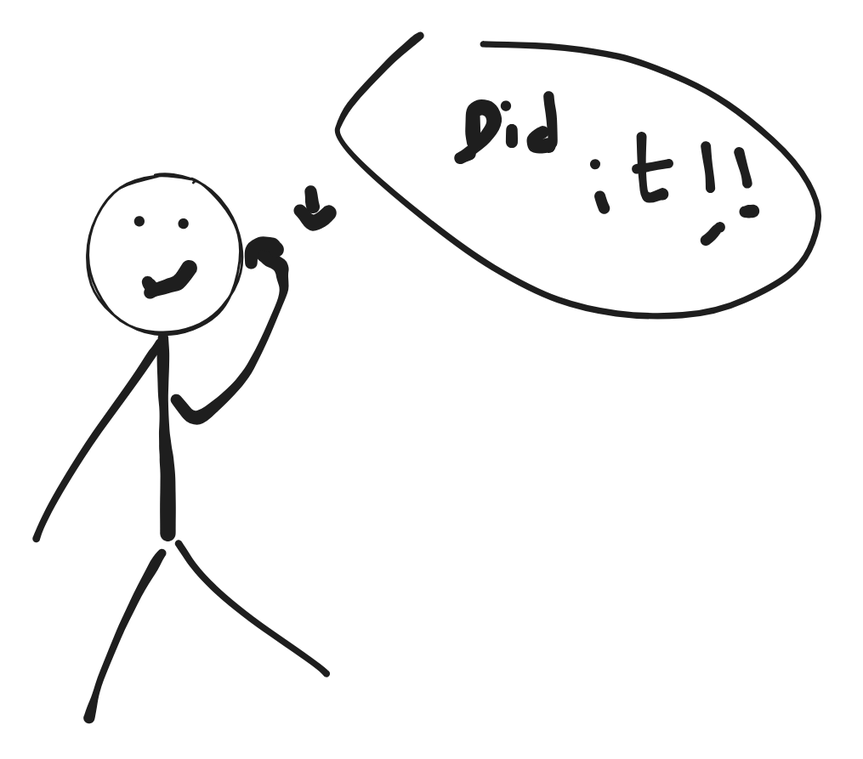
Earlier version of the Excalidraw export .gitbook/assets/file.excalidraw (2).svg (Takezo49/LostBoi-Docs). Source tidied: one line per element, renumbered; positions are measured from the earlier drawing's top-left corner, leaving out a move shared by most shapes.
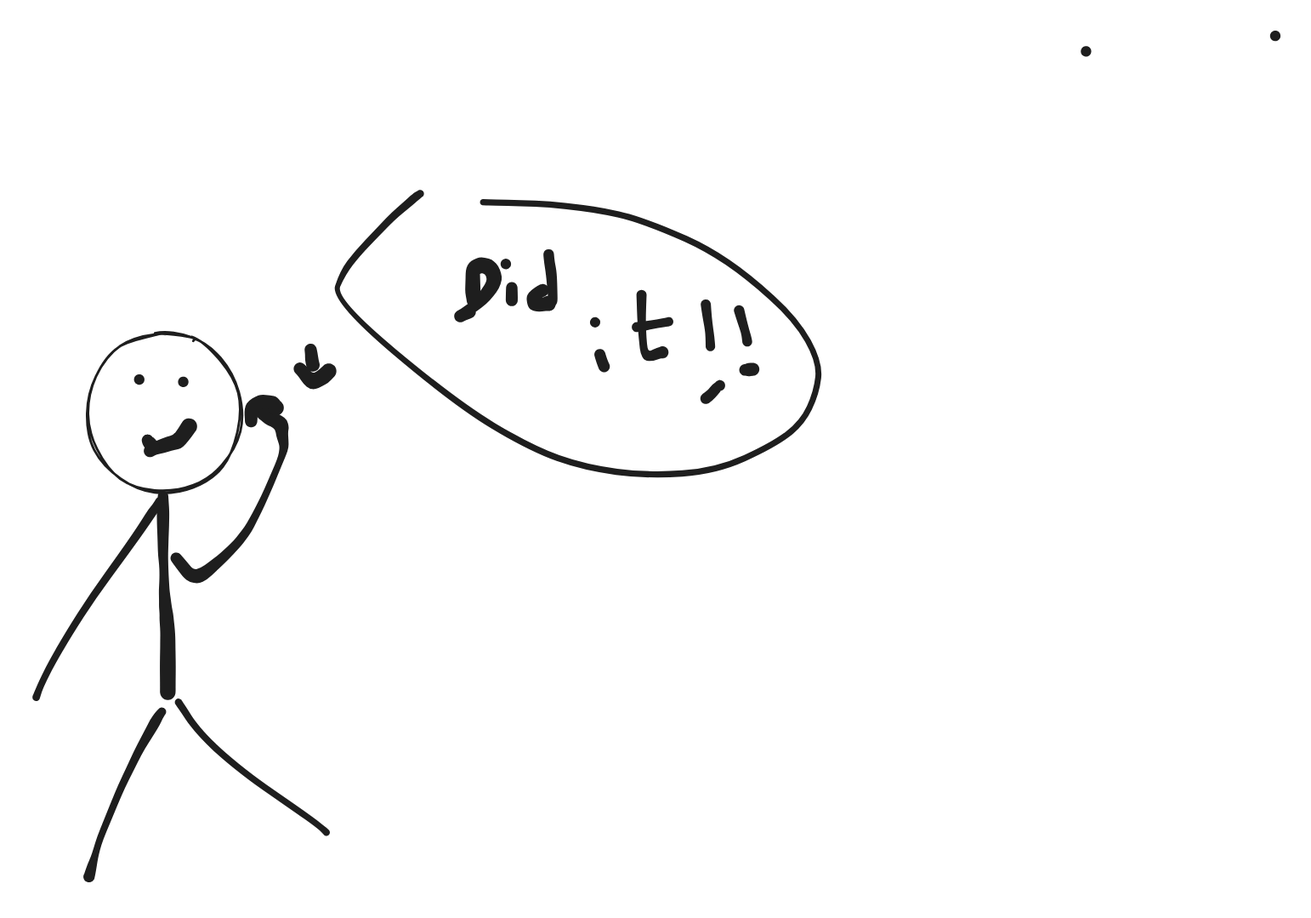
The same diagram one commit later.

Commit message:
GITBOOK-36: No subject

What changed in the source:
```diff
@@ -25,3 +25,5 @@
 {"id": 24, "type": "freedraw", "strokeColor": "#1e1e1e", "strokeWidth": 2, "roughness": 1, "x": 591, "y": 98, "width": 7, "height": 27, "points": [[0, 0], [0, 2], [2, 4], [3, 7], [5, 18], [7, 24], [7, 26], [7, 27], [7, 27]]}
 {"id": 25, "type": "freedraw", "strokeColor": "#1e1e1e", "strokeWidth": 2, "roughness": 1, "x": 596, "y": 148, "width": 7, "height": 2, "points": [[0, 0], [0, 1], [1, 0], [2, 0], [3, 0], [4, 0], [5, 0], [6, 0], [7, 0], [7, -1], [0, 0]]}
 {"id": 26, "type": "freedraw", "strokeColor": "#1e1e1e", "strokeWidth": 2, "roughness": 1, "x": 94, "y": 207, "width": 5, "height": 6, "points": [[0, 0], [0, 2], [0, 3], [0, 4], [1, 5], [2, 5], [3, 5], [4, 5], [4, 6], [5, 6], [0, 0]]}
+{"id": 27, "type": "freedraw", "strokeColor": "#1e1e1e", "backgroundColor": "#ffffff", "fillStyle": "hachure", "strokeWidth": 2, "roughness": 1, "x": 882, "y": -120, "width": 0, "height": 0, "points": [[0, 0], [0, 0]]}
+{"id": 28, "type": "freedraw", "strokeColor": "#1e1e1e", "backgroundColor": "#ffffff", "fillStyle": "hachure", "strokeWidth": 2, "roughness": 1, "x": 1042, "y": -132, "width": 0, "height": 0, "points": [[0, 0], [0, 0]]}
```
